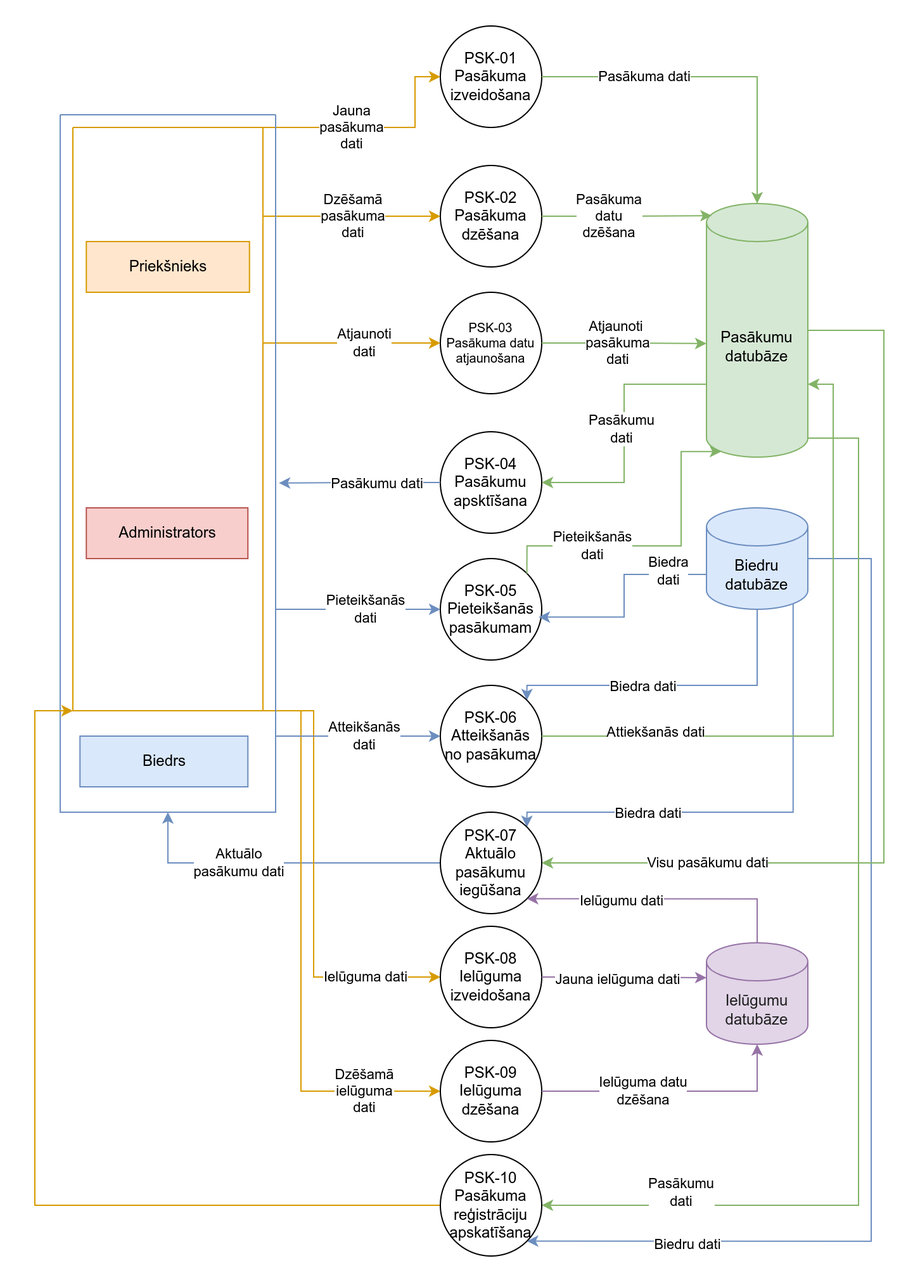
This is Documentation/2_limena_PSK_DPD.png from JekabsVanags/LSGCO_IS, a draw.io export, as it was before one commit. Source tidied: cells renumbered, new cells last; positions are measured from the earlier drawing's top-left corner, leaving out a move shared by most shapes.
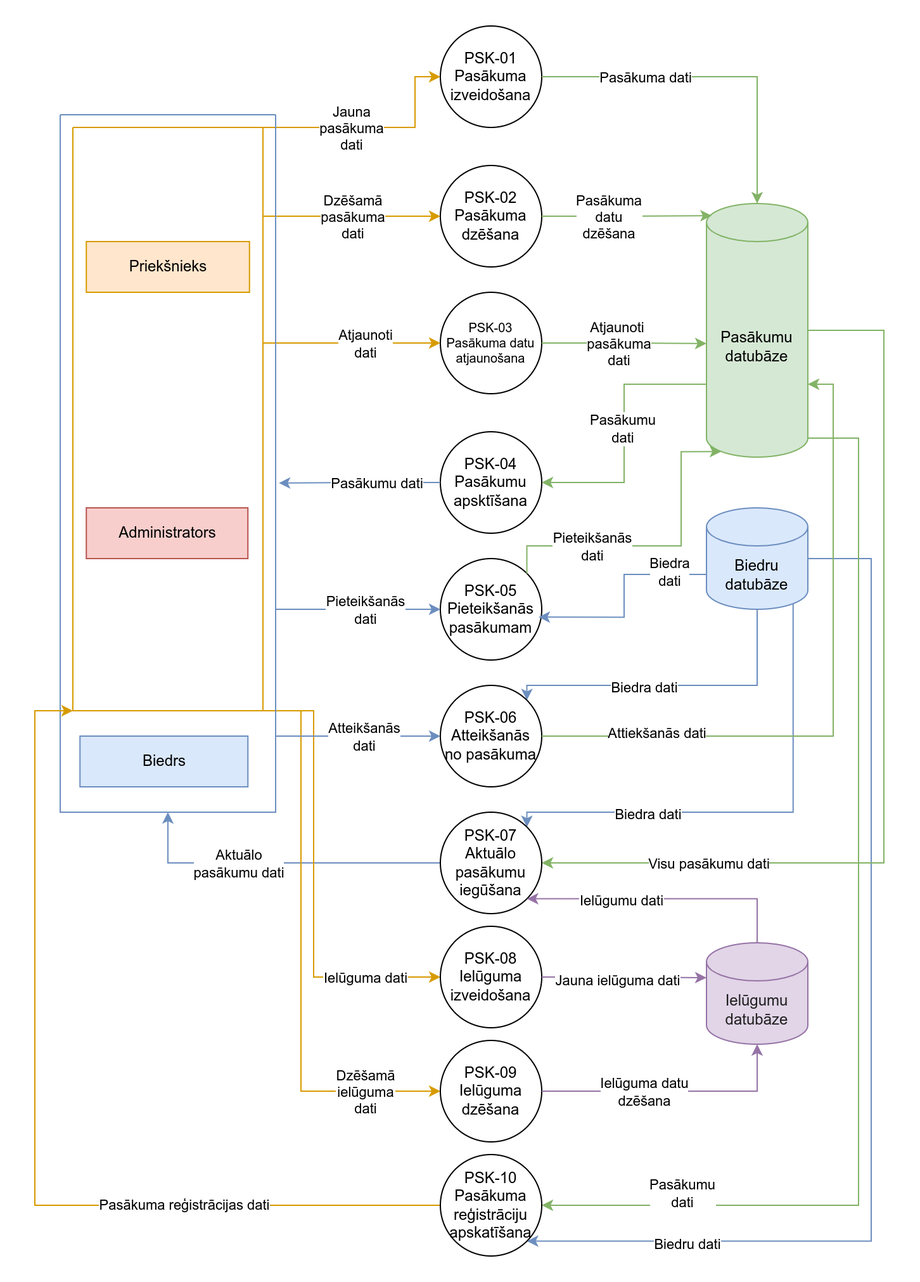
Above is the later version.

Diff of the diagram source:
```diff
@@ -304,6 +304,9 @@
         </Array>
       </mxGeometry>
     </mxCell>
+    <mxCell id="69" value="Pasākuma reģistrācijas dati" style="edgeLabel;html=1;align=center;verticalAlign=middle;" parent="67" vertex="1">
+      <mxGeometry x="-0.45" y="-1" relative="1" as="geometry" />
+    </mxCell>
     <mxCell id="68" value="PSK-10&lt;br&gt;Pasākuma reģistrāciju apskatīšana" style="ellipse;whiteSpace=wrap;html=1;" parent="1" vertex="1">
       <mxGeometry x="320" y="890" width="80" height="80" as="geometry" />
     </mxCell>
```
